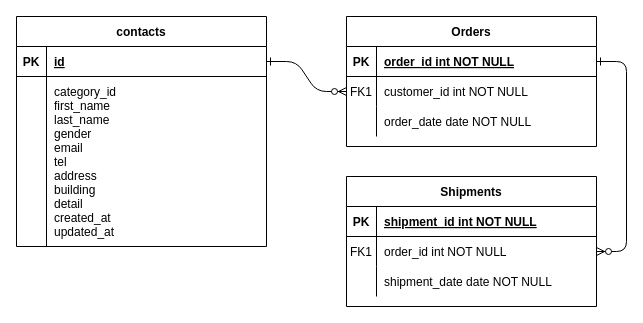
Above: 名称未設定ファイル.drawio in casanova1502/confirmation-test (draw.io), before the change. Source tidied: cells renumbered, new cells numbered last; positions are measured from the earlier drawing's top-left corner, leaving out a move shared by most shapes. Both pictures are drawn from the tidied source at 100%, with x=0, y=0 at pixel (16, 16).
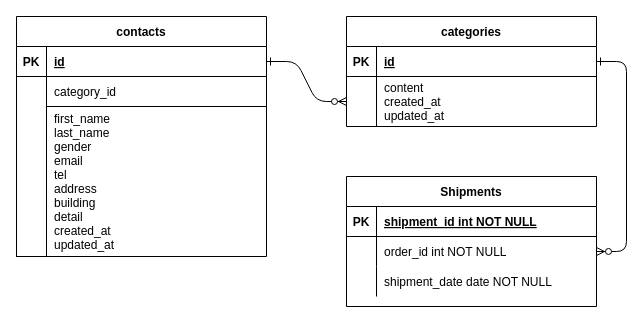
After the change.

Unchanged cells that the change refers to:
```xml
<mxCell id="5" style="shape=partialRectangle;fillColor=none;points=[[0,0.5],[1,0.5]];portConstraint=eastwest;top=0;left=0;right=0;bottom=1;" parent="4" vertex="1">
  <mxGeometry y="30" width="250" height="30" as="geometry" />
</mxCell>
<mxCell id="18" style="shape=partialRectangle;fillColor=none;points=[[0,0.5],[1,0.5]];portConstraint=eastwest;top=0;left=0;right=0;bottom=0;" parent="14" vertex="1">
  <mxGeometry y="60" width="250" height="30" as="geometry" />
</mxCell>
```

Diff of the diagram source:
```diff
@@
+    <mxCell id="31" style="whiteSpace=wrap;html=1;" parent="1" vertex="1">
+      <mxGeometry x="30" y="60" width="220" height="30" as="geometry" />
+    </mxCell>
@@
-    <mxCell id="4" value="Orders" style="shape=table;startSize=30;childLayout=tableLayout;rowLines=0;fontStyle=1;align=center;" parent="1" vertex="1">
-      <mxGeometry x="330" width="250" height="130" as="geometry" />
+    <mxCell id="4" value="categories" style="shape=table;startSize=30;childLayout=tableLayout;rowLines=0;fontStyle=1;align=center;" parent="1" vertex="1">
+      <mxGeometry x="330" width="250" height="110" as="geometry" />
     </mxCell>
@@
-    <mxCell id="7" value="order_id int NOT NULL " style="shape=partialRectangle;overflow=hidden;fillColor=none;top=0;left=0;bottom=0;right=0;align=left;spacingLeft=6;fontStyle=5;" parent="5" vertex="1">
+    <mxCell id="7" value="id" style="shape=partialRectangle;overflow=hidden;fillColor=none;top=0;left=0;bottom=0;right=0;align=left;spacingLeft=6;fontStyle=5;" parent="5" vertex="1">
       <mxGeometry x="30" width="220" height="30" as="geometry" />
     </mxCell>
     <mxCell id="8" style="shape=partialRectangle;fillColor=none;points=[[0,0.5],[1,0.5]];portConstraint=eastwest;top=0;left=0;right=0;bottom=0;" parent="4" vertex="1">
-      <mxGeometry y="60" width="250" height="30" as="geometry" />
+      <mxGeometry y="60" width="250" height="50" as="geometry" />
     </mxCell>
-    <mxCell id="9" value="FK1" style="shape=partialRectangle;overflow=hidden;fillColor=none;top=0;left=0;bottom=0;right=0;" parent="8" vertex="1">
-      <mxGeometry width="30" height="30" as="geometry" />
+    <mxCell id="9" style="shape=partialRectangle;overflow=hidden;fillColor=none;top=0;left=0;bottom=0;right=0;" parent="8" vertex="1">
+      <mxGeometry width="30" height="50" as="geometry" />
     </mxCell>
-    <mxCell id="10" value="customer_id int NOT NULL" style="shape=partialRectangle;overflow=hidden;fillColor=none;top=0;left=0;bottom=0;right=0;align=left;spacingLeft=6;" parent="8" vertex="1">
-      <mxGeometry x="30" width="220" height="30" as="geometry" />
+    <mxCell id="10" value="content&#10;created_at&#10;updated_at" style="shape=partialRectangle;overflow=hidden;fillColor=none;top=0;left=0;bottom=0;right=0;align=left;spacingLeft=6;" parent="8" vertex="1">
+      <mxGeometry x="30" width="220" height="50" as="geometry" />
     </mxCell>
-    <mxCell id="11" style="shape=partialRectangle;fillColor=none;top=0;left=0;right=0;bottom=0;" parent="4" vertex="1">
-      <mxGeometry y="90" width="250" height="30" as="geometry" />
-    </mxCell>
-    <mxCell id="12" style="shape=partialRectangle;overflow=hidden;fillColor=none;top=0;left=0;bottom=0;right=0;" parent="11" vertex="1">
-      <mxGeometry width="30" height="30" as="geometry" />
-    </mxCell>
-    <mxCell id="13" value="order_date date NOT NULL" style="shape=partialRectangle;overflow=hidden;fillColor=none;top=0;left=0;bottom=0;right=0;align=left;spacingLeft=6;" parent="11" vertex="1">
-      <mxGeometry x="30" width="220" height="30" as="geometry" />
-    </mxCell>
@@
-    <mxCell id="19" value="FK1" style="shape=partialRectangle;overflow=hidden;fillColor=none;top=0;left=0;bottom=0;right=0;" parent="18" vertex="1">
+    <mxCell id="19" style="shape=partialRectangle;overflow=hidden;fillColor=none;top=0;left=0;bottom=0;right=0;" parent="18" vertex="1">
       <mxGeometry width="30" height="30" as="geometry" />
     </mxCell>
@@
     <mxCell id="24" value="contacts" style="shape=table;startSize=30;childLayout=tableLayout;rowLines=0;fontStyle=1;align=center;" parent="1" vertex="1">
-      <mxGeometry width="250" height="230" as="geometry" />
+      <mxGeometry width="250" height="240" as="geometry" />
     </mxCell>
@@
     <mxCell id="28" style="shape=partialRectangle;fillColor=none;top=0;left=0;right=0;bottom=0;" parent="24" vertex="1">
-      <mxGeometry y="60" width="250" height="170" as="geometry" />
+      <mxGeometry y="60" width="250" height="30" as="geometry" />
     </mxCell>
     <mxCell id="29" style="shape=partialRectangle;overflow=hidden;fillColor=none;top=0;left=0;bottom=0;right=0;" parent="28" vertex="1">
-      <mxGeometry width="30" height="170" as="geometry" />
+      <mxGeometry width="30" height="30" as="geometry" />
     </mxCell>
-    <mxCell id="30" value="category_id&#10;first_name&#10;last_name&#10;gender&#10;email&#10;tel&#10;address&#10;building&#10;detail&#10;created_at&#10;updated_at" style="shape=partialRectangle;overflow=hidden;fillColor=none;top=0;left=0;bottom=0;right=0;align=left;spacingLeft=6;" parent="28" vertex="1">
-      <mxGeometry x="30" width="220" height="170" as="geometry" />
+    <mxCell id="30" value="category_id" style="shape=partialRectangle;overflow=hidden;fillColor=none;top=0;left=0;bottom=0;right=0;align=left;spacingLeft=6;strokeColor=default;" parent="28" vertex="1">
+      <mxGeometry x="30" width="220" height="30" as="geometry" />
     </mxCell>
+    <mxCell id="32" value="first_name&#10;last_name&#10;gender&#10;email&#10;tel&#10;address&#10;building&#10;detail&#10;created_at&#10;updated_at" style="shape=partialRectangle;overflow=hidden;fillColor=none;top=0;left=0;bottom=0;right=0;align=left;spacingLeft=6;" parent="1" vertex="1">
+      <mxGeometry x="30" y="80" width="220" height="170" as="geometry" />
+    </mxCell>
+    <mxCell id="33" style="whiteSpace=wrap;html=1;" parent="1" vertex="1">
+      <mxGeometry y="60" width="30" height="180" as="geometry" />
+    </mxCell>
```
